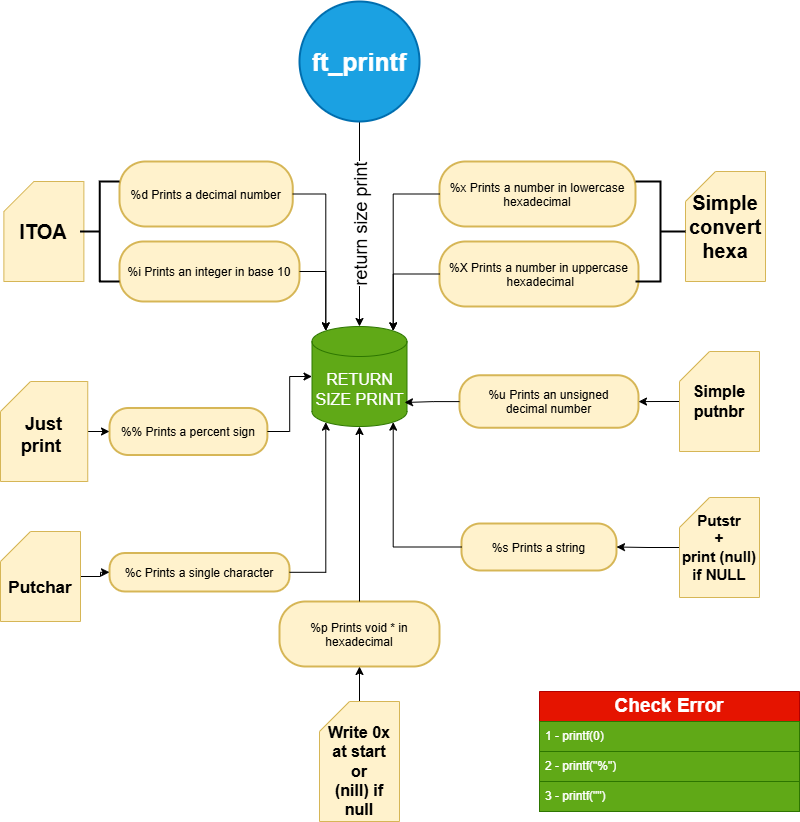
Lyricallll/ft_printf keeps this draw.io diagram as diag_printf.drawio.png. Above is the earlier version. Source tidied: cells renumbered, new cells last; positions are measured from the earlier drawing's top-left corner, leaving out a move shared by most shapes.
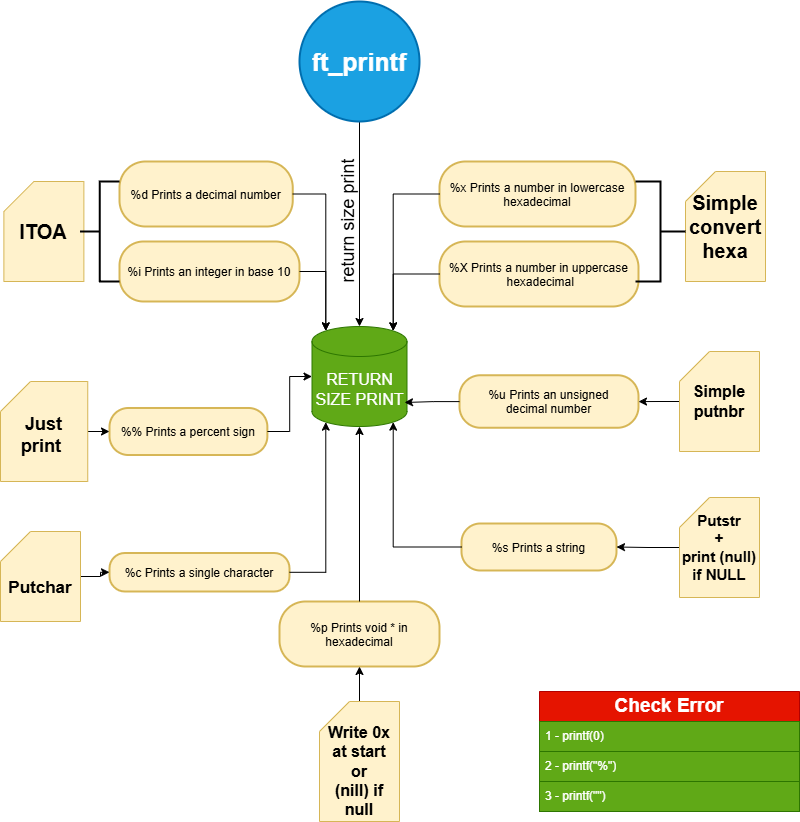
The same diagram one commit later.

Commit message:
Mettre à jour diag_printf.drawio.png

Diff of the diagram source:
```diff
@@ -2,7 +2,7 @@
   <root>
     <mxCell id="0" />
     <mxCell id="1" parent="0" />
-    <mxCell id="2" value="&lt;font style=&quot;font-size: 18px;&quot;&gt;return size print&lt;/font&gt;" style="edgeStyle=orthogonalEdgeStyle;rounded=0;jettySize=auto;html=1;entryX=0.5;entryY=0;entryDx=0;entryDy=0;entryPerimeter=0;horizontal=0;fontSize=21;verticalAlign=middle;" parent="1" edge="1" source="3" target="25">
+    <mxCell id="2" value="&lt;font style=&quot;font-size: 18px;&quot;&gt;return size print&lt;/font&gt;" style="edgeStyle=orthogonalEdgeStyle;rounded=0;jettySize=auto;html=1;entryX=0.5;entryY=0;entryDx=0;entryDy=0;entryPerimeter=0;horizontal=0;fontSize=21;verticalAlign=bottom;strokeColor=default;fontStyle=0;labelBackgroundColor=none;" parent="1" edge="1" source="3" target="25">
       <mxGeometry relative="1" as="geometry" />
     </mxCell>
     <mxCell id="3" value="ft_printf" style="ellipse;strokeWidth=2;whiteSpace=wrap;fontSize=25;fontStyle=1;fillColor=#1ba1e2;strokeColor=#006EAF;fontColor=#ffffff;" parent="1" vertex="1">
```
